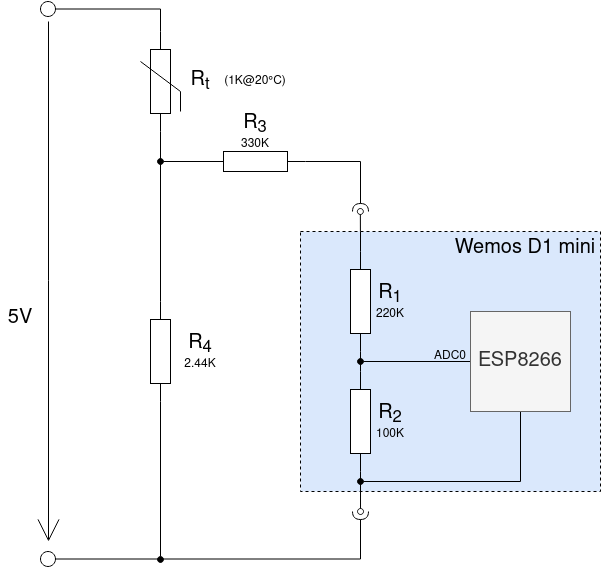
Earlier version of the draw.io export docs/schematic-sensor.png (henrythasler/sensor-gateway). Source tidied: cells renumbered, new cells last; positions are measured from the earlier drawing's top-left corner, leaving out a move shared by most shapes.
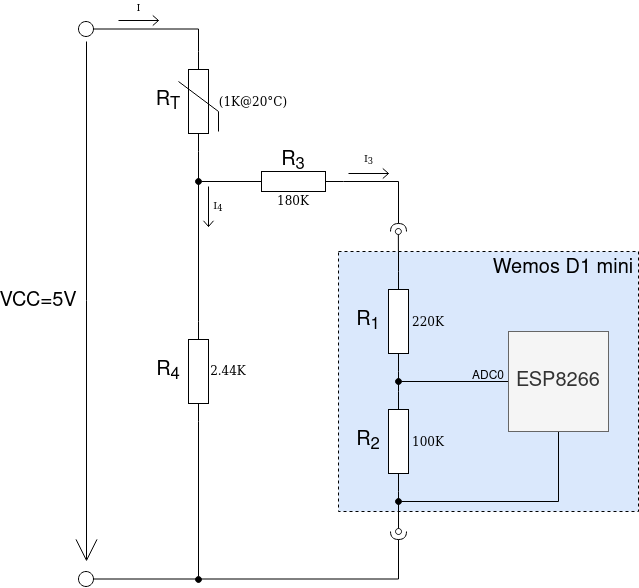
The same file after the commit.

Change to the diagram source:
```diff
@@ -48,16 +48,16 @@
     <mxCell id="13" style="verticalLabelPosition=bottom;shadow=0;dashed=0;align=center;html=1;verticalAlign=top;strokeWidth=1;shape=ellipse;perimeter=ellipsePerimeter;" parent="1" vertex="1">
       <mxGeometry x="40" width="15" height="15" as="geometry" />
     </mxCell>
-    <mxCell id="14" value="R&lt;sub&gt;t&lt;br&gt;&lt;/sub&gt;" style="text;html=1;strokeColor=none;fillColor=none;align=center;verticalAlign=middle;whiteSpace=wrap;rounded=0;fontSize=20;" parent="1" vertex="1">
-      <mxGeometry x="180" y="70" width="40" height="20" as="geometry" />
+    <mxCell id="14" value="R&lt;sub&gt;T&lt;/sub&gt;" style="text;html=1;strokeColor=none;fillColor=none;align=center;verticalAlign=middle;whiteSpace=wrap;rounded=0;fontSize=20;fontFamily=Helvetica;" parent="1" vertex="1">
+      <mxGeometry x="110" y="70" width="40" height="20" as="geometry" />
     </mxCell>
-    <mxCell id="15" value="&lt;font style=&quot;font-size: 20px&quot;&gt;R&lt;sub&gt;4&lt;/sub&gt;&lt;/font&gt;&lt;br&gt;2.44K" style="text;html=1;strokeColor=none;fillColor=none;align=center;verticalAlign=middle;whiteSpace=wrap;rounded=0;" parent="1" vertex="1">
-      <mxGeometry x="180" y="340" width="40" height="20" as="geometry" />
+    <mxCell id="15" value="&lt;font face=&quot;Verdana&quot;&gt;2.44K&lt;/font&gt;" style="text;html=1;strokeColor=none;fillColor=none;align=center;verticalAlign=middle;whiteSpace=wrap;rounded=0;fontFamily=Helvetica;" parent="1" vertex="1">
+      <mxGeometry x="170" y="340" width="40" height="20" as="geometry" />
     </mxCell>
-    <mxCell id="16" value="&lt;font style=&quot;font-size: 20px&quot;&gt;R&lt;sub&gt;1&lt;/sub&gt;&lt;/font&gt;&lt;br&gt;220K" style="text;html=1;strokeColor=none;fillColor=none;align=center;verticalAlign=middle;whiteSpace=wrap;rounded=0;" parent="1" vertex="1">
+    <mxCell id="16" value="220K" style="text;html=1;strokeColor=none;fillColor=none;align=center;verticalAlign=middle;whiteSpace=wrap;rounded=0;fontFamily=Verdana;" parent="1" vertex="1">
       <mxGeometry x="370" y="290" width="40" height="20" as="geometry" />
     </mxCell>
-    <mxCell id="17" value="&lt;font style=&quot;font-size: 20px&quot;&gt;R&lt;sub&gt;2&lt;/sub&gt;&lt;/font&gt;&lt;br&gt;100K" style="text;html=1;strokeColor=none;fillColor=none;align=center;verticalAlign=middle;whiteSpace=wrap;rounded=0;" parent="1" vertex="1">
+    <mxCell id="17" value="100K" style="text;html=1;strokeColor=none;fillColor=none;align=center;verticalAlign=middle;whiteSpace=wrap;rounded=0;fontFamily=Verdana;" parent="1" vertex="1">
       <mxGeometry x="370" y="410" width="40" height="20" as="geometry" />
     </mxCell>
     <mxCell id="18" style="endArrow=open;html=1;strokeWidth=1;endFill=0;endSize=20;fontSize=20;" parent="1" edge="1">
@@ -66,8 +66,8 @@
         <mxPoint x="48" y="540" as="targetPoint" />
       </mxGeometry>
     </mxCell>
-    <mxCell id="19" value="5V" style="text;html=1;strokeColor=none;fillColor=none;align=center;verticalAlign=middle;whiteSpace=wrap;rounded=0;fontSize=20;" parent="1" vertex="1">
-      <mxGeometry y="307" width="40" height="20" as="geometry" />
+    <mxCell id="19" value="&lt;div&gt;VCC=5V&lt;/div&gt;" style="text;html=1;strokeColor=none;fillColor=none;align=center;verticalAlign=middle;whiteSpace=wrap;rounded=0;fontSize=20;" parent="1" vertex="1">
+      <mxGeometry x="-20" y="270" width="40" height="20" as="geometry" />
     </mxCell>
     <mxCell id="20" style="edgeStyle=orthogonalEdgeStyle;rounded=0;jettySize=auto;html=1;exitX=0;exitY=0.5;exitDx=0;exitDy=0;exitPerimeter=0;startArrow=none;startFill=0;endArrow=oval;endFill=1;fontSize=20;" parent="1" edge="1" source="22">
       <mxGeometry relative="1" as="geometry">
@@ -86,8 +86,8 @@
     <mxCell id="22" style="verticalLabelPosition=bottom;shadow=0;dashed=0;align=center;html=1;verticalAlign=top;shape=mxgraph.electrical.resistors.resistor_1;rotation=0;" parent="1" vertex="1">
       <mxGeometry x="205" y="150" width="100" height="20" as="geometry" />
     </mxCell>
-    <mxCell id="23" value="&lt;font style=&quot;font-size: 20px&quot;&gt;R&lt;sub&gt;3&lt;/sub&gt;&lt;/font&gt;&lt;br&gt;330K" style="text;html=1;strokeColor=none;fillColor=none;align=center;verticalAlign=middle;whiteSpace=wrap;rounded=0;" parent="1" vertex="1">
-      <mxGeometry x="235" y="120" width="40" height="20" as="geometry" />
+    <mxCell id="23" value="&lt;font face=&quot;Verdana&quot;&gt;180K&lt;/font&gt;" style="text;html=1;strokeColor=none;fillColor=none;align=center;verticalAlign=middle;whiteSpace=wrap;rounded=0;fontFamily=Helvetica;" parent="1" vertex="1">
+      <mxGeometry x="235" y="170" width="40" height="20" as="geometry" />
     </mxCell>
     <mxCell id="24" style="edgeStyle=orthogonalEdgeStyle;rounded=0;jettySize=auto;html=1;exitX=0;exitY=0.5;exitDx=0;exitDy=0;startArrow=none;startFill=0;endArrow=oval;endFill=1;fontSize=20;" parent="1" edge="1" source="26">
       <mxGeometry relative="1" as="geometry">
@@ -116,15 +116,16 @@
         <mxPoint x="360" y="510" as="targetPoint" />
       </mxGeometry>
     </mxCell>
-    <mxCell id="30" value="(1K@20°C)" style="text;html=1;strokeColor=none;fillColor=none;align=center;verticalAlign=middle;whiteSpace=wrap;rounded=0;fontSize=12;" parent="1" vertex="1">
-      <mxGeometry x="235" y="70" width="40" height="20" as="geometry" />
+    <mxCell id="30" value="(1K@20°C)" style="text;html=1;strokeColor=none;fillColor=none;align=center;verticalAlign=middle;whiteSpace=wrap;rounded=0;fontSize=12;fontFamily=Verdana;" parent="1" vertex="1">
+      <mxGeometry x="195" y="70" width="40" height="20" as="geometry" />
     </mxCell>
     <mxCell id="31" style="verticalLabelPosition=bottom;shadow=0;dashed=0;align=center;html=1;verticalAlign=top;shape=mxgraph.electrical.resistors.resistor_1;strokeColor=#000000;fontSize=12;rotation=-90;" parent="1" vertex="1">
       <mxGeometry x="110" y="70" width="100" height="20" as="geometry" />
     </mxCell>
-    <mxCell id="32" style="endArrow=none;html=1;fontSize=12;entryX=0;entryY=1;entryDx=0;entryDy=0;" parent="1" edge="1" target="14">
+    <mxCell id="32" style="endArrow=none;html=1;fontSize=12;" parent="1" edge="1">
       <mxGeometry relative="1" as="geometry">
         <mxPoint x="140" y="60" as="sourcePoint" />
+        <mxPoint x="180" y="90" as="targetPoint" />
       </mxGeometry>
     </mxCell>
     <mxCell id="33" style="endArrow=none;html=1;fontSize=12;" parent="1" edge="1">
@@ -133,5 +134,29 @@
         <mxPoint x="180" y="90" as="targetPoint" />
       </mxGeometry>
     </mxCell>
+    <mxCell id="34" value="I&lt;sub&gt;3&lt;/sub&gt;" style="verticalLabelPosition=top;verticalAlign=bottom;shape=mxgraph.electrical.signal_sources.current_flow;shadow=0;dashed=0;align=center;strokeWidth=1;fontSize=10;html=1;fontFamily=Verdana;" parent="1" vertex="1">
+      <mxGeometry x="310" y="147" width="40" height="10" as="geometry" />
+    </mxCell>
+    <mxCell id="35" value="&lt;font style=&quot;font-size: 20px&quot;&gt;R&lt;sub&gt;3&lt;/sub&gt;&lt;/font&gt;" style="text;html=1;strokeColor=none;fillColor=none;align=center;verticalAlign=middle;whiteSpace=wrap;rounded=0;fontFamily=Helvetica;" parent="1" vertex="1">
+      <mxGeometry x="235" y="130" width="40" height="20" as="geometry" />
+    </mxCell>
+    <mxCell id="36" value="&lt;font style=&quot;font-size: 20px&quot;&gt;R&lt;sub&gt;4&lt;/sub&gt;&lt;/font&gt;" style="text;html=1;strokeColor=none;fillColor=none;align=center;verticalAlign=middle;whiteSpace=wrap;rounded=0;fontFamily=Helvetica;" parent="1" vertex="1">
+      <mxGeometry x="110" y="340" width="40" height="20" as="geometry" />
+    </mxCell>
+    <mxCell id="37" value="&lt;div&gt;I&lt;br&gt;&lt;/div&gt;" style="verticalLabelPosition=top;verticalAlign=bottom;shape=mxgraph.electrical.signal_sources.current_flow;shadow=0;dashed=0;align=center;strokeWidth=1;fontSize=10;html=1;fontFamily=Verdana;" parent="1" vertex="1">
+      <mxGeometry x="80" y="-6" width="40" height="10" as="geometry" />
+    </mxCell>
+    <mxCell id="38" value="&lt;font style=&quot;font-size: 20px&quot;&gt;R&lt;sub&gt;1&lt;/sub&gt;&lt;/font&gt;" style="text;html=1;strokeColor=none;fillColor=none;align=center;verticalAlign=middle;whiteSpace=wrap;rounded=0;fontFamily=Helvetica;" parent="1" vertex="1">
+      <mxGeometry x="310" y="290" width="40" height="20" as="geometry" />
+    </mxCell>
+    <mxCell id="39" value="&lt;font style=&quot;font-size: 20px&quot;&gt;R&lt;sub&gt;2&lt;/sub&gt;&lt;/font&gt;" style="text;html=1;strokeColor=none;fillColor=none;align=center;verticalAlign=middle;whiteSpace=wrap;rounded=0;fontFamily=Helvetica;" parent="1" vertex="1">
+      <mxGeometry x="310" y="410" width="40" height="20" as="geometry" />
+    </mxCell>
+    <mxCell id="40" style="verticalLabelPosition=top;verticalAlign=bottom;shape=mxgraph.electrical.signal_sources.current_flow;shadow=0;dashed=0;align=center;strokeWidth=1;fontSize=10;html=1;fontFamily=Verdana;rotation=90;" parent="1" vertex="1">
+      <mxGeometry x="150" y="180" width="40" height="10" as="geometry" />
+    </mxCell>
+    <mxCell id="41" value="I&lt;sub&gt;4&lt;/sub&gt;" style="text;html=1;strokeColor=none;fillColor=none;align=center;verticalAlign=middle;whiteSpace=wrap;rounded=0;fontFamily=Verdana;fontSize=10;" parent="1" vertex="1">
+      <mxGeometry x="170" y="175" width="20" height="20" as="geometry" />
+    </mxCell>
   </root>
 </mxGraphModel>
```
